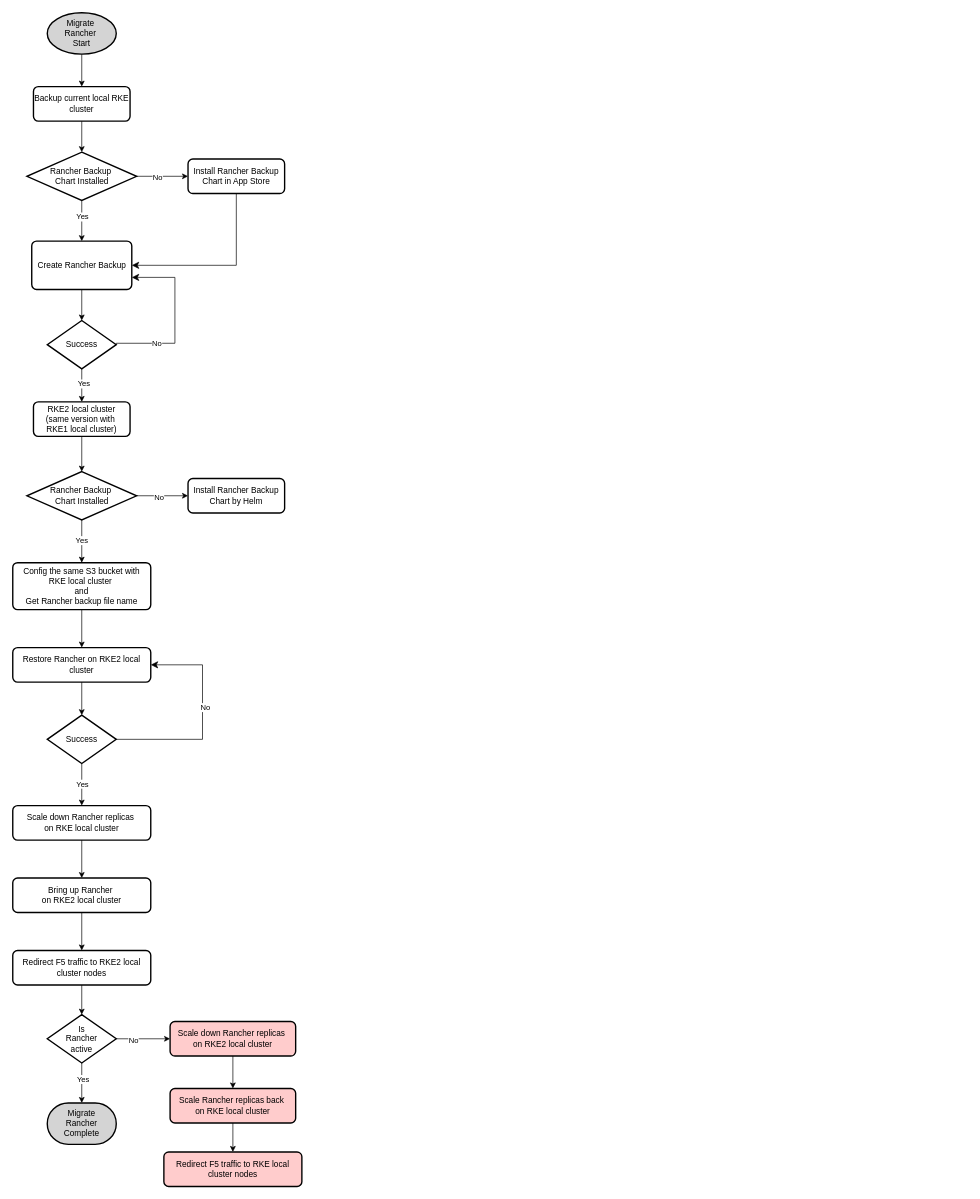
The draw.io diagram migrate-rancher-process.drawio in JacieChao/jacie-docs, before the edit. Source tidied: cells renumbered, new cells numbered last; positions are measured from the earlier drawing's top-left corner, leaving out a move shared by most shapes. Both pictures are drawn from the tidied source at 69%, with x=0, y=0 at pixel (12, 12).
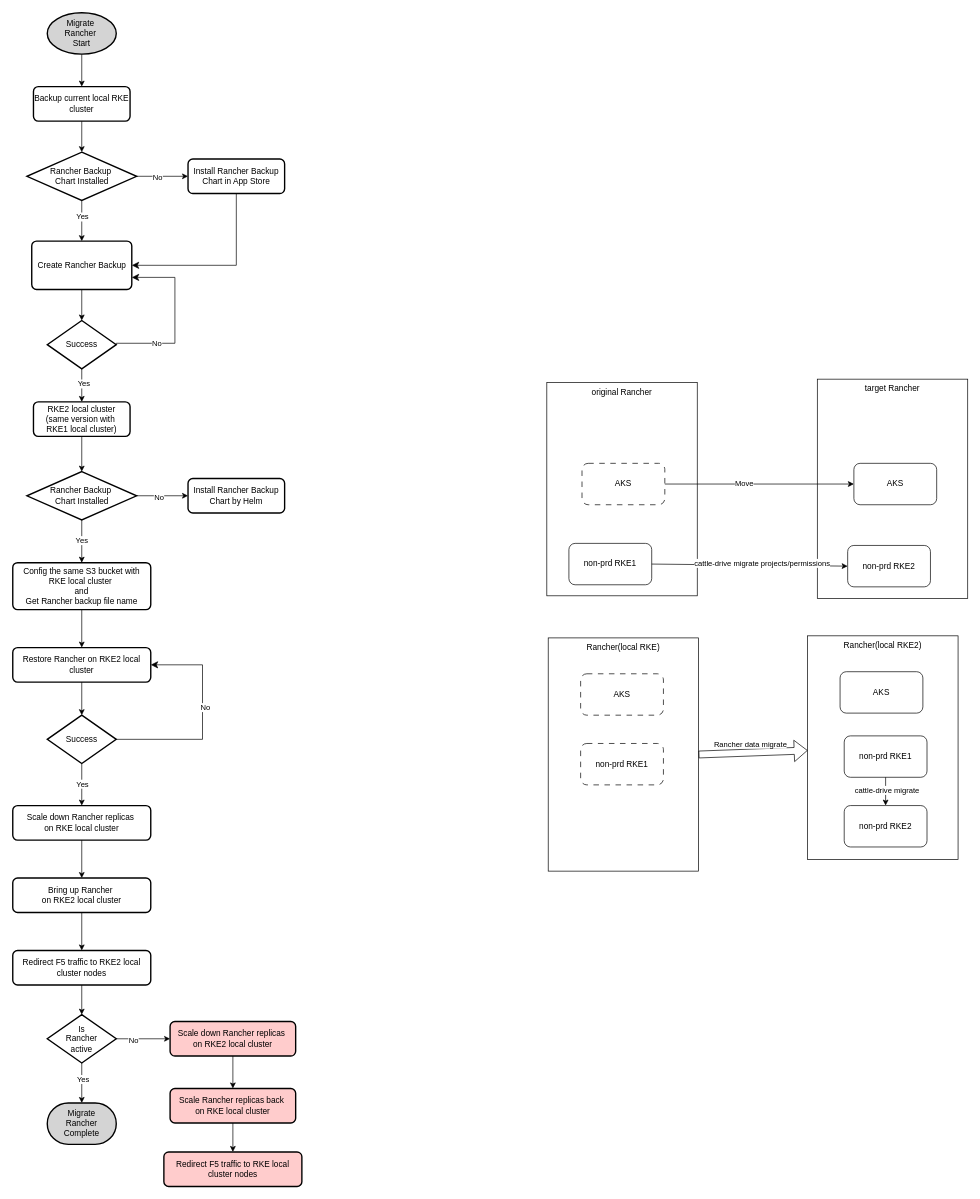
Above is the later version.

The edit, as a diff of the source:
```diff
@@
+    <mxCell id="54" value="original Rancher" style="rounded=0;whiteSpace=wrap;html=1;verticalAlign=top;" parent="1" vertex="1">
+      <mxGeometry x="774" y="536" width="218" height="309" as="geometry" />
+    </mxCell>
+    <mxCell id="55" value="target Rancher" style="rounded=0;whiteSpace=wrap;html=1;verticalAlign=top;" parent="1" vertex="1">
+      <mxGeometry x="1166" y="531" width="218" height="318" as="geometry" />
+    </mxCell>
+    <mxCell id="56" value="AKS" style="rounded=1;whiteSpace=wrap;html=1;dashed=1;dashPattern=8 8;" parent="1" vertex="1">
+      <mxGeometry x="825" y="653" width="120" height="60" as="geometry" />
+    </mxCell>
+    <mxCell id="57" value="non-prd RKE1" style="rounded=1;whiteSpace=wrap;html=1;" parent="1" vertex="1">
+      <mxGeometry x="806" y="769" width="120" height="60" as="geometry" />
+    </mxCell>
+    <mxCell id="58" value="non-prd RKE2" style="rounded=1;whiteSpace=wrap;html=1;" parent="1" vertex="1">
+      <mxGeometry x="1210" y="772" width="120" height="60" as="geometry" />
+    </mxCell>
+    <mxCell id="59" style="endArrow=classic;html=1;rounded=0;exitX=1;exitY=0.5;exitDx=0;exitDy=0;entryX=0;entryY=0.5;entryDx=0;entryDy=0;" parent="1" edge="1" source="57" target="58">
+      <mxGeometry relative="1" as="geometry" />
+    </mxCell>
+    <mxCell id="60" value="cattle-drive migrate projects/permissions" style="edgeLabel;html=1;align=center;verticalAlign=middle;" parent="59" vertex="1">
+      <mxGeometry x="0.12" y="3" relative="1" as="geometry" />
+    </mxCell>
+    <mxCell id="61" value="AKS" style="rounded=1;whiteSpace=wrap;html=1;" parent="1" vertex="1">
+      <mxGeometry x="1219" y="653" width="120" height="60" as="geometry" />
+    </mxCell>
+    <mxCell id="62" style="endArrow=classic;html=1;rounded=0;exitX=1;exitY=0.5;exitDx=0;exitDy=0;" parent="1" edge="1" source="56" target="61">
+      <mxGeometry relative="1" as="geometry" />
+    </mxCell>
+    <mxCell id="63" value="Move" style="edgeLabel;html=1;align=center;verticalAlign=middle;" parent="62" vertex="1">
+      <mxGeometry x="-0.17" y="2" relative="1" as="geometry" />
+    </mxCell>
+    <mxCell id="64" value="Rancher(local RKE)" style="rounded=0;whiteSpace=wrap;html=1;verticalAlign=top;" parent="1" vertex="1">
+      <mxGeometry x="776" y="906" width="218" height="338" as="geometry" />
+    </mxCell>
+    <mxCell id="65" value="AKS" style="rounded=1;whiteSpace=wrap;html=1;dashed=1;dashPattern=8 8;" parent="1" vertex="1">
+      <mxGeometry x="823" y="958" width="120" height="60" as="geometry" />
+    </mxCell>
+    <mxCell id="66" value="Rancher(local RKE2)" style="rounded=0;whiteSpace=wrap;html=1;verticalAlign=top;" parent="1" vertex="1">
+      <mxGeometry x="1152" y="903" width="218" height="324" as="geometry" />
+    </mxCell>
+    <mxCell id="67" value="AKS" style="rounded=1;whiteSpace=wrap;html=1;" parent="1" vertex="1">
+      <mxGeometry x="1199" y="955" width="120" height="60" as="geometry" />
+    </mxCell>
+    <mxCell id="68" value="non-prd RKE1" style="rounded=1;whiteSpace=wrap;html=1;" parent="1" vertex="1">
+      <mxGeometry x="1205" y="1048" width="120" height="60" as="geometry" />
+    </mxCell>
+    <mxCell id="69" value="non-prd RKE2" style="rounded=1;whiteSpace=wrap;html=1;" parent="1" vertex="1">
+      <mxGeometry x="1205" y="1149" width="120" height="60" as="geometry" />
+    </mxCell>
+    <mxCell id="70" value="non-prd RKE1" style="rounded=1;whiteSpace=wrap;html=1;dashed=1;dashPattern=8 8;" parent="1" vertex="1">
+      <mxGeometry x="823" y="1059" width="120" height="60" as="geometry" />
+    </mxCell>
+    <mxCell id="71" style="endArrow=classic;html=1;rounded=0;exitX=0.5;exitY=1;exitDx=0;exitDy=0;" parent="1" edge="1" source="68" target="69">
+      <mxGeometry relative="1" as="geometry" />
+    </mxCell>
+    <mxCell id="72" value="cattle-drive migrate" style="edgeLabel;html=1;align=center;verticalAlign=middle;" parent="71" vertex="1">
+      <mxGeometry x="-0.12" y="1" relative="1" as="geometry" />
+    </mxCell>
+    <mxCell id="73" style="shape=flexArrow;endArrow=classic;html=1;rounded=0;exitX=1;exitY=0.5;exitDx=0;exitDy=0;" parent="1" edge="1" source="64" target="66">
+      <mxGeometry relative="1" as="geometry" />
+    </mxCell>
+    <mxCell id="74" value="Rancher data migrate" style="edgeLabel;html=1;align=center;verticalAlign=middle;" parent="73" vertex="1">
+      <mxGeometry x="-0.42" y="-3" relative="1" as="geometry">
+        <mxPoint x="28" y="-17" as="offset" />
+      </mxGeometry>
+    </mxCell>
```
